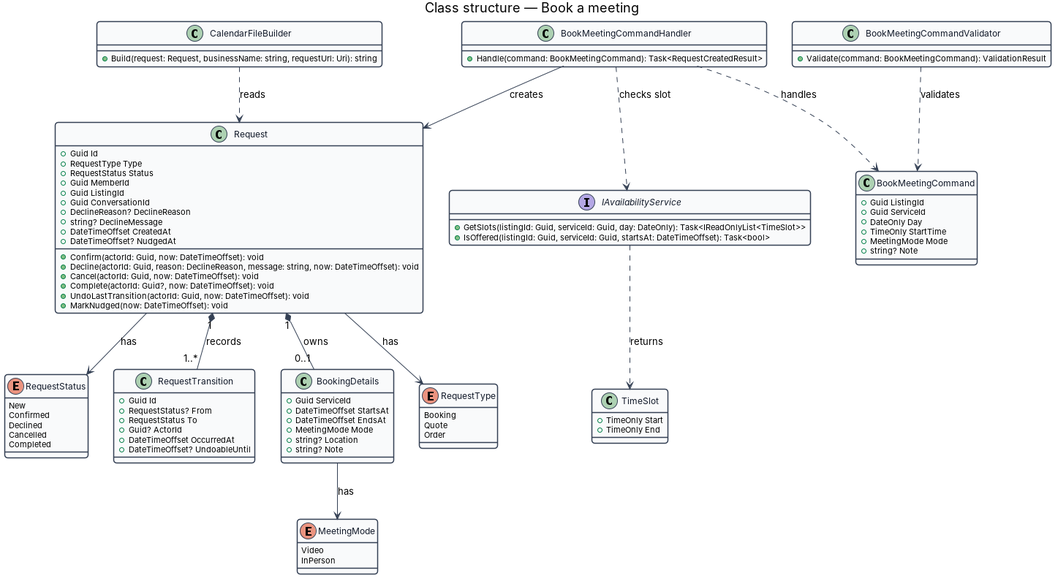
Above: docs/detailed-designs/requests/book-meeting/diagrams/class-structure.png in QuinntyneBrown/jubilee (PlantUML), before the change. Its source is kept beside it as docs/detailed-designs/requests/book-meeting/diagrams/class-structure.puml.
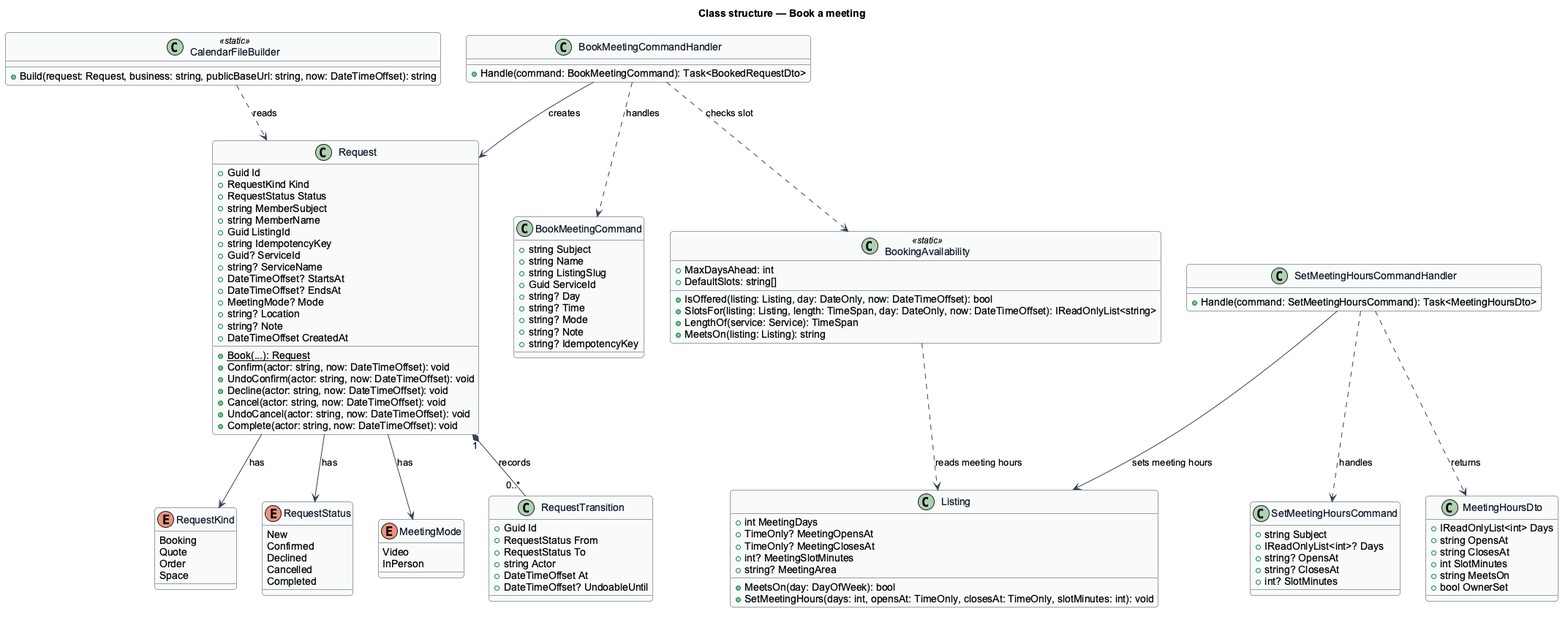
The same diagram one commit later.

Change to the diagram source:
```diff
@@ -11,10 +11,11 @@
 }
 title Class structure — Book a meeting
 
-enum RequestType {
+enum RequestKind {
   Booking
   Quote
   Order
+  Space
 }
 
 enum RequestStatus {
@@ -25,89 +26,115 @@
   Completed
 }
 
-class Request {
-  +Guid Id
-  +RequestType Type
-  +RequestStatus Status
-  +Guid MemberId
-  +Guid ListingId
-  +Guid ConversationId
-  +DeclineReason? DeclineReason
-  +string? DeclineMessage
-  +DateTimeOffset CreatedAt
-  +DateTimeOffset? NudgedAt
-  +Confirm(actorId: Guid, now: DateTimeOffset): void
-  +Decline(actorId: Guid, reason: DeclineReason, message: string, now: DateTimeOffset): void
-  +Cancel(actorId: Guid, now: DateTimeOffset): void
-  +Complete(actorId: Guid?, now: DateTimeOffset): void
-  +UndoLastTransition(actorId: Guid, now: DateTimeOffset): void
-  +MarkNudged(now: DateTimeOffset): void
-}
-
-class RequestTransition {
-  +Guid Id
-  +RequestStatus? From
-  +RequestStatus To
-  +Guid? ActorId
-  +DateTimeOffset OccurredAt
-  +DateTimeOffset? UndoableUntil
-}
-
-Request "1" *-- "1..*" RequestTransition : records
-Request --> RequestType : has
-Request --> RequestStatus : has
-
 enum MeetingMode {
   Video
   InPerson
 }
 
-class BookingDetails {
-  +Guid ServiceId
-  +DateTimeOffset StartsAt
-  +DateTimeOffset EndsAt
-  +MeetingMode Mode
+class Request {
+  +Guid Id
+  +RequestKind Kind
+  +RequestStatus Status
+  +string MemberSubject
+  +string MemberName
+  +Guid ListingId
+  +string IdempotencyKey
+  +Guid? ServiceId
+  +string? ServiceName
+  +DateTimeOffset? StartsAt
+  +DateTimeOffset? EndsAt
+  +MeetingMode? Mode
   +string? Location
   +string? Note
+  +DateTimeOffset CreatedAt
+  +{static} Book(...): Request
+  +Confirm(actor: string, now: DateTimeOffset): void
+  +UndoConfirm(actor: string, now: DateTimeOffset): void
+  +Decline(actor: string, now: DateTimeOffset): void
+  +Cancel(actor: string, now: DateTimeOffset): void
+  +UndoCancel(actor: string, now: DateTimeOffset): void
+  +Complete(actor: string, now: DateTimeOffset): void
+}
+
+class RequestTransition {
+  +Guid Id
+  +RequestStatus From
+  +RequestStatus To
+  +string Actor
+  +DateTimeOffset At
+  +DateTimeOffset? UndoableUntil
+}
+
+class Listing {
+  +int MeetingDays
+  +TimeOnly? MeetingOpensAt
+  +TimeOnly? MeetingClosesAt
+  +int? MeetingSlotMinutes
+  +string? MeetingArea
+  +MeetsOn(day: DayOfWeek): bool
+  +SetMeetingHours(days: int, opensAt: TimeOnly, closesAt: TimeOnly, slotMinutes: int): void
 }
 
 class BookMeetingCommand {
-  +Guid ListingId
+  +string Subject
+  +string Name
+  +string ListingSlug
   +Guid ServiceId
-  +DateOnly Day
-  +TimeOnly StartTime
-  +MeetingMode Mode
+  +string? Day
+  +string? Time
+  +string? Mode
   +string? Note
-}
-
-class BookMeetingCommandValidator {
-  +Validate(command: BookMeetingCommand): ValidationResult
+  +string? IdempotencyKey
 }
 
 class BookMeetingCommandHandler {
-  +Handle(command: BookMeetingCommand): Task<RequestCreatedResult>
+  +Handle(command: BookMeetingCommand): Task<BookedRequestDto>
 }
 
-interface IAvailabilityService {
-  +GetSlots(listingId: Guid, serviceId: Guid, day: DateOnly): Task<IReadOnlyList<TimeSlot>>
-  +IsOffered(listingId: Guid, serviceId: Guid, startsAt: DateTimeOffset): Task<bool>
+class BookingAvailability <<static>> {
+  +MaxDaysAhead: int
+  +DefaultSlots: string[]
+  +IsOffered(listing: Listing, day: DateOnly, now: DateTimeOffset): bool
+  +SlotsFor(listing: Listing, length: TimeSpan, day: DateOnly, now: DateTimeOffset): IReadOnlyList<string>
+  +LengthOf(service: Service): TimeSpan
+  +MeetsOn(listing: Listing): string
 }
 
-class TimeSlot {
-  +TimeOnly Start
-  +TimeOnly End
+class SetMeetingHoursCommand {
+  +string Subject
+  +IReadOnlyList<int>? Days
+  +string? OpensAt
+  +string? ClosesAt
+  +int? SlotMinutes
 }
 
-class CalendarFileBuilder {
-  +Build(request: Request, businessName: string, requestUrl: Uri): string
+class SetMeetingHoursCommandHandler {
+  +Handle(command: SetMeetingHoursCommand): Task<MeetingHoursDto>
 }
 
-Request "1" *-- "0..1" BookingDetails : owns
-BookingDetails --> MeetingMode : has
+class MeetingHoursDto {
+  +IReadOnlyList<int> Days
+  +string OpensAt
+  +string ClosesAt
+  +int SlotMinutes
+  +string MeetsOn
+  +bool OwnerSet
+}
+
+class CalendarFileBuilder <<static>> {
+  +Build(request: Request, business: string, publicBaseUrl: string, now: DateTimeOffset): string
+}
+
+Request "1" *-- "0..*" RequestTransition : records
+Request --> RequestKind : has
+Request --> RequestStatus : has
+Request --> MeetingMode : has
 BookMeetingCommandHandler ..> BookMeetingCommand : handles
-BookMeetingCommandValidator ..> BookMeetingCommand : validates
-BookMeetingCommandHandler ..> IAvailabilityService : checks slot
+BookMeetingCommandHandler ..> BookingAvailability : checks slot
 BookMeetingCommandHandler --> Request : creates
-IAvailabilityService ..> TimeSlot : returns
+BookingAvailability ..> Listing : reads meeting hours
+SetMeetingHoursCommandHandler ..> SetMeetingHoursCommand : handles
+SetMeetingHoursCommandHandler --> Listing : sets meeting hours
+SetMeetingHoursCommandHandler ..> MeetingHoursDto : returns
 CalendarFileBuilder ..> Request : reads
 @enduml
```
